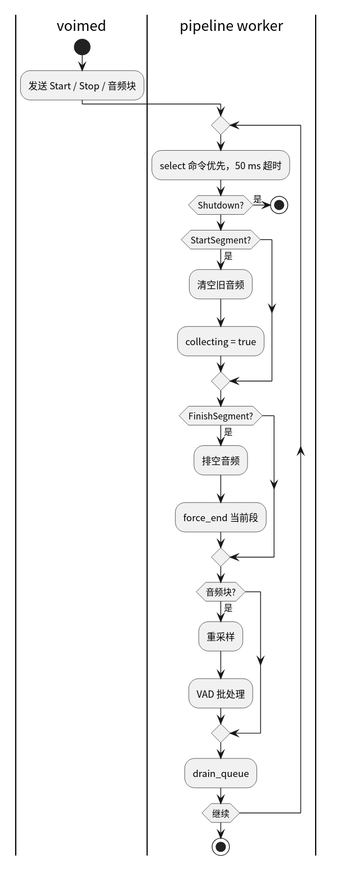
Before: crates/voime-core/diagram/pipeline-flow.svg, a diagram exported from PlantUML (54m43lJ/voime).
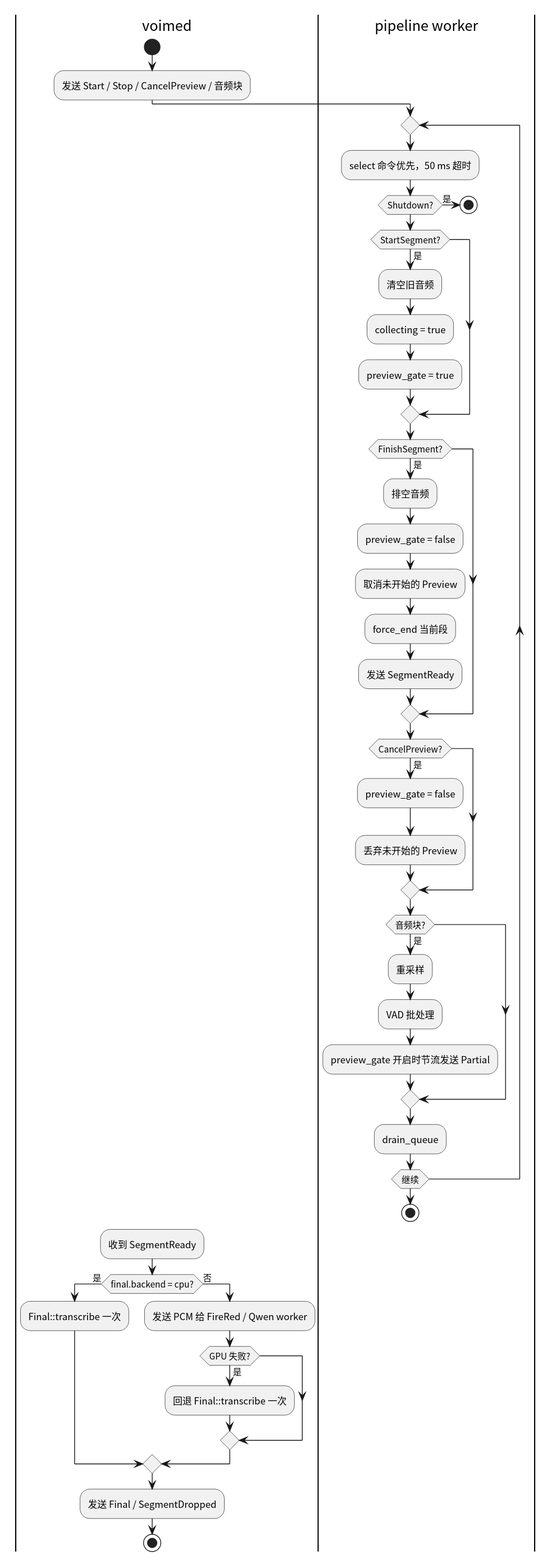
After the change.

Diff of the diagram source:
```diff
@@ -4,7 +4,8 @@
 
 |voimed|
 start
-:发送 Start / Stop / 音频块;
+:发送 Start / Stop / CancelPreview / 音频块;
+
 |pipeline worker|
 repeat
   :select 命令优先，50 ms 超时;
@@ -14,16 +15,38 @@
   if (StartSegment?) then (是)
     :清空旧音频;
     :collecting = true;
+    :preview_gate = true;
   endif
   if (FinishSegment?) then (是)
     :排空音频;
+    :preview_gate = false;
+    :取消未开始的 Preview;
     :force_end 当前段;
+    :发送 SegmentReady;
+  endif
+  if (CancelPreview?) then (是)
+    :preview_gate = false;
+    :丢弃未开始的 Preview;
   endif
   if (音频块?) then (是)
     :重采样;
     :VAD 批处理;
+    :preview_gate 开启时节流发送 Partial;
   endif
   :drain_queue;
 repeat while (继续)
 stop
+
+|voimed|
+:收到 SegmentReady;
+if (final.backend = cpu?) then (是)
+  :Final::transcribe 一次;
+else (否)
+  :发送 PCM 给 FireRed / Qwen worker;
+  if (GPU 失败?) then (是)
+    :回退 Final::transcribe 一次;
+  endif
+endif
+:发送 Final / SegmentDropped;
+stop
 @enduml
```
